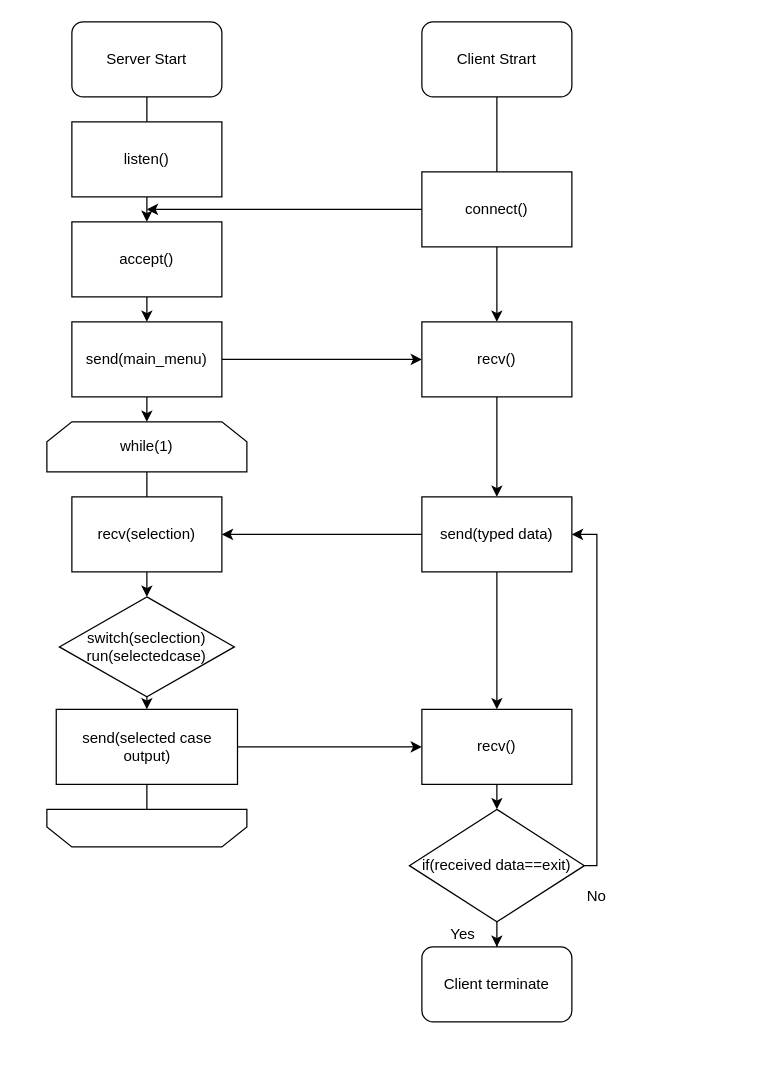
This is Copy of Untitled Diagram.drawio from GeeksMethod/Cpp-Cloud-Calculator, a draw.io file, before an edit. Source tidied: cells renumbered, new cells numbered last; positions are measured from the earlier drawing's top-left corner, leaving out a move shared by most shapes. Both pictures are drawn from the tidied source at 125%, with x=0, y=0 at pixel (46, 21).
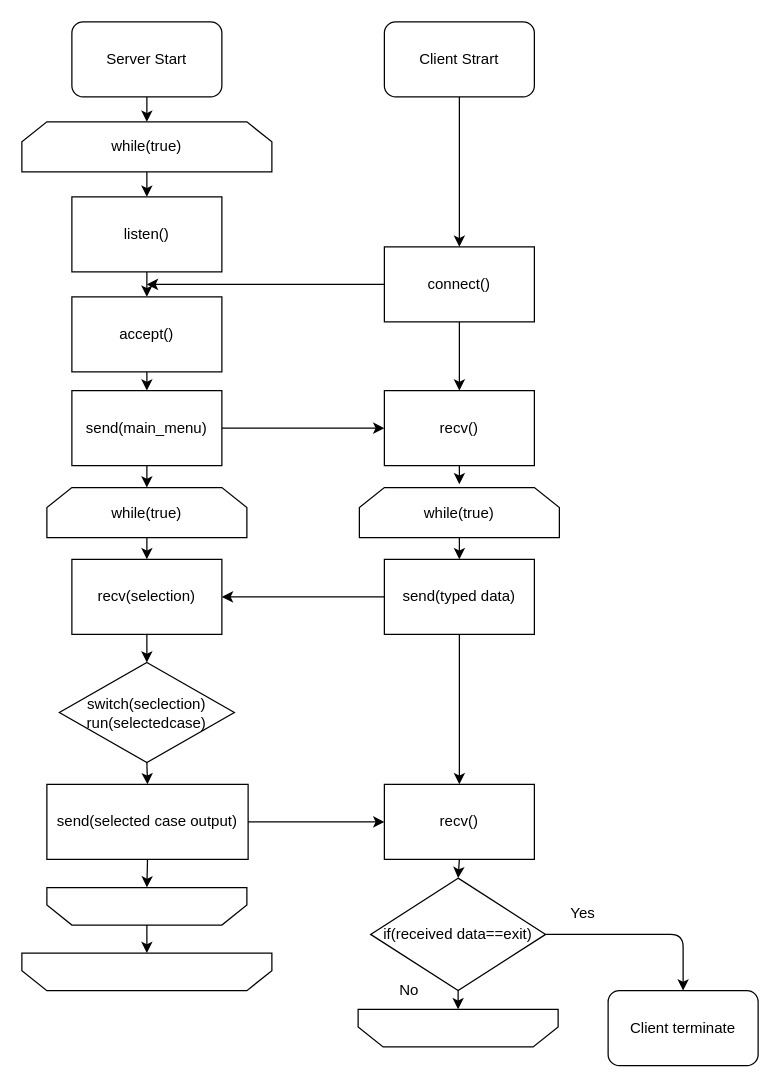
After the change.

The change refers to these unchanged cells:
```xml
<mxCell id="2" value="Server Start" style="rounded=1;whiteSpace=wrap;html=1;" parent="1" vertex="1">
  <mxGeometry x="20" width="120" height="60" as="geometry" />
</mxCell>
```

Change to the diagram source:
```diff
@@
     <mxCell id="3" value="Client Strart" style="rounded=1;whiteSpace=wrap;html=1;" parent="1" vertex="1">
-      <mxGeometry x="300" width="120" height="60" as="geometry" />
+      <mxGeometry x="270" width="120" height="60" as="geometry" />
     </mxCell>
-    <mxCell id="4" style="endArrow=classic;html=1;exitX=0.5;exitY=1;exitDx=0;exitDy=0;" parent="1" edge="1" source="2">
-      <mxGeometry relative="1" as="geometry">
-        <mxPoint x="80" y="100" as="targetPoint" />
-      </mxGeometry>
+    <mxCell id="4" style="endArrow=classic;html=1;exitX=0.5;exitY=1;exitDx=0;exitDy=0;entryX=0.5;entryY=0;entryDx=0;entryDy=0;" parent="1" edge="1" source="2" target="40">
+      <mxGeometry relative="1" as="geometry" />
     </mxCell>
@@
     <mxCell id="6" style="endArrow=classic;html=1;exitX=0;exitY=0.5;exitDx=0;exitDy=0;" parent="1" edge="1" source="9">
       <mxGeometry relative="1" as="geometry">
-        <mxPoint x="80" y="150" as="targetPoint" />
+        <mxPoint x="80" y="210" as="targetPoint" />
       </mxGeometry>
     </mxCell>
-    <mxCell id="7" style="endArrow=classic;html=1;entryX=0.5;entryY=0;entryDx=0;entryDy=0;exitX=0.5;exitY=1;exitDx=0;exitDy=0;" parent="1" edge="1" source="3">
-      <mxGeometry relative="1" as="geometry">
-        <mxPoint x="360" y="150" as="targetPoint" />
-      </mxGeometry>
+    <mxCell id="7" style="endArrow=classic;html=1;entryX=0.5;entryY=0;entryDx=0;entryDy=0;exitX=0.5;exitY=1;exitDx=0;exitDy=0;" parent="1" edge="1" source="3" target="9">
+      <mxGeometry relative="1" as="geometry" />
     </mxCell>
     <mxCell id="8" value="listen()" style="rounded=0;whiteSpace=wrap;html=1;" parent="1" vertex="1">
-      <mxGeometry x="20" y="80" width="120" height="60" as="geometry" />
+      <mxGeometry x="20" y="140" width="120" height="60" as="geometry" />
     </mxCell>
     <mxCell id="9" value="connect()" style="rounded=0;whiteSpace=wrap;html=1;" parent="1" vertex="1">
-      <mxGeometry x="300" y="120" width="120" height="60" as="geometry" />
+      <mxGeometry x="270" y="180" width="120" height="60" as="geometry" />
     </mxCell>
     <mxCell id="10" value="accept()" style="rounded=0;whiteSpace=wrap;html=1;" parent="1" vertex="1">
-      <mxGeometry x="20" y="160" width="120" height="60" as="geometry" />
+      <mxGeometry x="20" y="220" width="120" height="60" as="geometry" />
     </mxCell>
-    <mxCell id="11" value="recv()" style="rounded=0;whiteSpace=wrap;html=1;" parent="1" vertex="1">
-      <mxGeometry x="300" y="240" width="120" height="60" as="geometry" />
-    </mxCell>
@@
-    <mxCell id="13" value="while(1)" style="shape=loopLimit;whiteSpace=wrap;html=1;" parent="1" vertex="1">
-      <mxGeometry y="320" width="160" height="40" as="geometry" />
-    </mxCell>
     <mxCell id="14" value="switch(seclection)&lt;br&gt;run(selectedcase)&lt;br&gt;" style="rhombus;whiteSpace=wrap;html=1;" parent="1" vertex="1">
-      <mxGeometry x="10" y="460" width="140" height="80" as="geometry" />
+      <mxGeometry x="10" y="512.5" width="140" height="80" as="geometry" />
     </mxCell>
     <mxCell id="15" value="recv(selection)" style="rounded=0;whiteSpace=wrap;html=1;" parent="1" vertex="1">
-      <mxGeometry x="20" y="380" width="120" height="60" as="geometry" />
+      <mxGeometry x="20" y="430" width="120" height="60" as="geometry" />
     </mxCell>
     <mxCell id="16" value="send(typed data)" style="rounded=0;whiteSpace=wrap;html=1;" parent="1" vertex="1">
-      <mxGeometry x="300" y="380" width="120" height="60" as="geometry" />
+      <mxGeometry x="270" y="430" width="120" height="60" as="geometry" />
     </mxCell>
@@
     <mxCell id="20" value="send(selected case output)" style="rounded=0;whiteSpace=wrap;html=1;" parent="1" vertex="1">
-      <mxGeometry x="7.5" y="550" width="145" height="60" as="geometry" />
+      <mxGeometry y="610" width="161" height="60" as="geometry" />
     </mxCell>
     <mxCell id="21" value="recv()" style="rounded=0;whiteSpace=wrap;html=1;" parent="1" vertex="1">
-      <mxGeometry x="300" y="550" width="120" height="60" as="geometry" />
+      <mxGeometry x="270" y="610" width="120" height="60" as="geometry" />
     </mxCell>
@@
-    <mxCell id="23" style="edgeStyle=orthogonalEdgeStyle;rounded=0;jettySize=auto;html=1;" parent="1" edge="1" source="25" target="28">
-      <mxGeometry relative="1" as="geometry" />
-    </mxCell>
-    <mxCell id="24" style="edgeStyle=orthogonalEdgeStyle;rounded=0;jettySize=auto;html=1;entryX=1;entryY=0.5;entryDx=0;entryDy=0;" parent="1" edge="1" source="25" target="16">
-      <mxGeometry relative="1" as="geometry">
-        <Array as="points">
-          <mxPoint x="440" y="675" />
-          <mxPoint x="440" y="410" />
-        </Array>
-      </mxGeometry>
-    </mxCell>
     <mxCell id="25" value="if(received data==exit)" style="rhombus;whiteSpace=wrap;html=1;" parent="1" vertex="1">
-      <mxGeometry x="290" y="630" width="140" height="90" as="geometry" />
+      <mxGeometry x="259" y="685" width="140" height="90" as="geometry" />
     </mxCell>
@@
-    <mxCell id="27" style="endArrow=classic;html=1;exitX=0.5;exitY=1;exitDx=0;exitDy=0;entryX=0.5;entryY=0;entryDx=0;entryDy=0;" parent="1" edge="1" source="21" target="25">
-      <mxGeometry relative="1" as="geometry" />
-    </mxCell>
     <mxCell id="28" value="Client terminate" style="rounded=1;whiteSpace=wrap;html=1;" parent="1" vertex="1">
-      <mxGeometry x="300" y="740" width="120" height="60" as="geometry" />
+      <mxGeometry x="449" y="775" width="120" height="60" as="geometry" />
     </mxCell>
-    <mxCell id="29" style="endArrow=classic;html=1;entryX=0.5;entryY=0;entryDx=0;entryDy=0;exitX=0.5;exitY=1;exitDx=0;exitDy=0;" parent="1" edge="1" source="9" target="11">
+    <mxCell id="29" style="endArrow=classic;html=1;exitX=0.5;exitY=1;exitDx=0;exitDy=0;entryX=0.5;entryY=0;entryDx=0;entryDy=0;" parent="1" edge="1" source="9" target="11">
       <mxGeometry relative="1" as="geometry" />
     </mxCell>
-    <mxCell id="30" style="endArrow=classic;html=1;exitX=0.5;exitY=1;exitDx=0;exitDy=0;entryX=0.5;entryY=0;entryDx=0;entryDy=0;" parent="1" edge="1" source="11" target="16">
-      <mxGeometry relative="1" as="geometry" />
+    <mxCell id="30" style="endArrow=classic;html=1;exitX=0.5;exitY=1;exitDx=0;exitDy=0;entryX=0.5;entryY=0;entryDx=0;entryDy=0;" parent="1" edge="1" target="16">
+      <mxGeometry relative="1" as="geometry">
+        <mxPoint x="330" y="375" as="sourcePoint" />
+      </mxGeometry>
     </mxCell>
@@
+    <mxCell id="34" style="shape=loopLimit;whiteSpace=wrap;html=1;rotation=180;" parent="1" vertex="1">
+      <mxGeometry x="-20" y="745" width="200" height="30" as="geometry" />
+    </mxCell>
+    <mxCell id="35" value="send(main_menu)" style="rounded=0;whiteSpace=wrap;html=1;" parent="1" vertex="1">
+      <mxGeometry x="20" y="295" width="120" height="60" as="geometry" />
+    </mxCell>
+    <mxCell id="39" style="endArrow=classic;html=1;exitX=0.5;exitY=1;exitDx=0;exitDy=0;entryX=0.5;entryY=0;entryDx=0;entryDy=0;" parent="1" edge="1" source="10" target="35">
+      <mxGeometry relative="1" as="geometry" />
+    </mxCell>
+    <mxCell id="40" value="while(true)" style="shape=loopLimit;whiteSpace=wrap;html=1;" parent="1" vertex="1">
+      <mxGeometry x="-20" y="80" width="200" height="40" as="geometry" />
+    </mxCell>
+    <mxCell id="41" style="endArrow=classic;html=1;exitX=0.5;exitY=1;exitDx=0;exitDy=0;entryX=0.5;entryY=0;entryDx=0;entryDy=0;" parent="1" edge="1" source="40" target="8">
+      <mxGeometry relative="1" as="geometry" />
+    </mxCell>
+    <mxCell id="42" value="while(true)" style="shape=loopLimit;whiteSpace=wrap;html=1;" parent="1" vertex="1">
+      <mxGeometry x="250" y="372.5" width="160" height="40" as="geometry" />
+    </mxCell>
+    <mxCell id="43" style="shape=loopLimit;whiteSpace=wrap;html=1;rotation=180;" parent="1" vertex="1">
+      <mxGeometry x="249" y="790" width="160" height="30" as="geometry" />
+    </mxCell>
+    <mxCell id="23" style="endArrow=classic;html=1;exitX=1;exitY=0.5;exitDx=0;exitDy=0;entryX=0.5;entryY=0;entryDx=0;entryDy=0;" parent="1" edge="1" source="25" target="28">
+      <mxGeometry relative="1" as="geometry">
+        <Array as="points">
+          <mxPoint x="509" y="730" />
+        </Array>
+      </mxGeometry>
+    </mxCell>
     <mxCell id="32" value="Yes" style="text;html=1;strokeColor=none;fillColor=none;align=center;verticalAlign=middle;whiteSpace=wrap;rounded=0;" parent="1" vertex="1">
-      <mxGeometry x="313" y="720" width="40" height="20" as="geometry" />
+      <mxGeometry x="409" y="702.5" width="40" height="20" as="geometry" />
     </mxCell>
     <mxCell id="33" value="No" style="text;html=1;strokeColor=none;fillColor=none;align=center;verticalAlign=middle;whiteSpace=wrap;rounded=0;" parent="1" vertex="1">
-      <mxGeometry x="420" y="690" width="40" height="20" as="geometry" />
+      <mxGeometry x="270" y="765" width="40" height="20" as="geometry" />
     </mxCell>
-    <mxCell id="34" style="shape=loopLimit;whiteSpace=wrap;html=1;rotation=180;" parent="1" vertex="1">
-      <mxGeometry y="630" width="160" height="30" as="geometry" />
-    </mxCell>
-    <mxCell id="35" value="send(main_menu)" style="rounded=0;whiteSpace=wrap;html=1;" parent="1" vertex="1">
-      <mxGeometry x="20" y="240" width="120" height="60" as="geometry" />
-    </mxCell>
-    <mxCell id="36" style="endArrow=none;html=1;entryX=0.5;entryY=1;entryDx=0;entryDy=0;exitX=0.5;exitY=0;exitDx=0;exitDy=0;" parent="1" edge="1" source="15" target="13">
-      <mxGeometry relative="1" as="geometry" />
-    </mxCell>
-    <mxCell id="37" style="endArrow=none;html=1;entryX=0.5;entryY=1;entryDx=0;entryDy=0;exitX=0.5;exitY=1;exitDx=0;exitDy=0;" parent="1" edge="1" source="34" target="20">
-      <mxGeometry relative="1" as="geometry" />
-    </mxCell>
-    <mxCell id="38" style="endArrow=classic;html=1;entryX=0.5;entryY=0;entryDx=0;entryDy=0;exitX=0.5;exitY=1;exitDx=0;exitDy=0;" parent="1" edge="1" source="35" target="13">
-      <mxGeometry relative="1" as="geometry" />
-    </mxCell>
-    <mxCell id="39" style="endArrow=classic;html=1;exitX=0.5;exitY=1;exitDx=0;exitDy=0;entryX=0.5;entryY=0;entryDx=0;entryDy=0;" parent="1" edge="1" source="10" target="35">
-      <mxGeometry relative="1" as="geometry" />
-    </mxCell>
+    <mxCell id="11" value="recv()" style="rounded=0;whiteSpace=wrap;html=1;" parent="1" vertex="1">
+      <mxGeometry x="270" y="295" width="120" height="60" as="geometry" />
+    </mxCell>
+    <mxCell id="44" style="endArrow=classic;html=1;exitX=0.5;exitY=1;exitDx=0;exitDy=0;entryX=0.5;entryY=0;entryDx=0;entryDy=0;" parent="1" edge="1" source="11">
+      <mxGeometry relative="1" as="geometry">
+        <mxPoint x="330" y="370" as="targetPoint" />
+      </mxGeometry>
+    </mxCell>
+    <mxCell id="45" value="while(true)" style="shape=loopLimit;whiteSpace=wrap;html=1;" parent="1" vertex="1">
+      <mxGeometry y="372.5" width="160" height="40" as="geometry" />
+    </mxCell>
+    <mxCell id="46" style="shape=loopLimit;whiteSpace=wrap;html=1;rotation=180;" parent="1" vertex="1">
+      <mxGeometry y="692.5" width="160" height="30" as="geometry" />
+    </mxCell>
+    <mxCell id="47" style="endArrow=classic;html=1;exitX=0.5;exitY=1;exitDx=0;exitDy=0;" parent="1" edge="1" source="45">
+      <mxGeometry relative="1" as="geometry">
+        <mxPoint x="80" y="430" as="targetPoint" />
+      </mxGeometry>
+    </mxCell>
+    <mxCell id="48" style="endArrow=classic;html=1;exitX=0.5;exitY=1;exitDx=0;exitDy=0;entryX=0.5;entryY=1;entryDx=0;entryDy=0;" parent="1" edge="1" source="20" target="46">
+      <mxGeometry relative="1" as="geometry" />
+    </mxCell>
+    <mxCell id="49" style="endArrow=classic;html=1;exitX=0.5;exitY=1;exitDx=0;exitDy=0;entryX=0.5;entryY=0;entryDx=0;entryDy=0;" parent="1" edge="1" source="35" target="45">
+      <mxGeometry relative="1" as="geometry" />
+    </mxCell>
+    <mxCell id="50" style="endArrow=classic;html=1;exitX=0.5;exitY=0;exitDx=0;exitDy=0;entryX=0.5;entryY=1;entryDx=0;entryDy=0;" parent="1" edge="1" source="46" target="34">
+      <mxGeometry relative="1" as="geometry" />
+    </mxCell>
+    <mxCell id="27" style="endArrow=classic;html=1;exitX=0.5;exitY=1;exitDx=0;exitDy=0;entryX=0.5;entryY=0;entryDx=0;entryDy=0;" parent="1" edge="1" source="21" target="25">
+      <mxGeometry relative="1" as="geometry" />
+    </mxCell>
+    <mxCell id="51" style="endArrow=classic;html=1;exitX=0.5;exitY=1;exitDx=0;exitDy=0;entryX=0.5;entryY=1;entryDx=0;entryDy=0;" parent="1" edge="1" source="25" target="43">
+      <mxGeometry relative="1" as="geometry" />
+    </mxCell>
```
